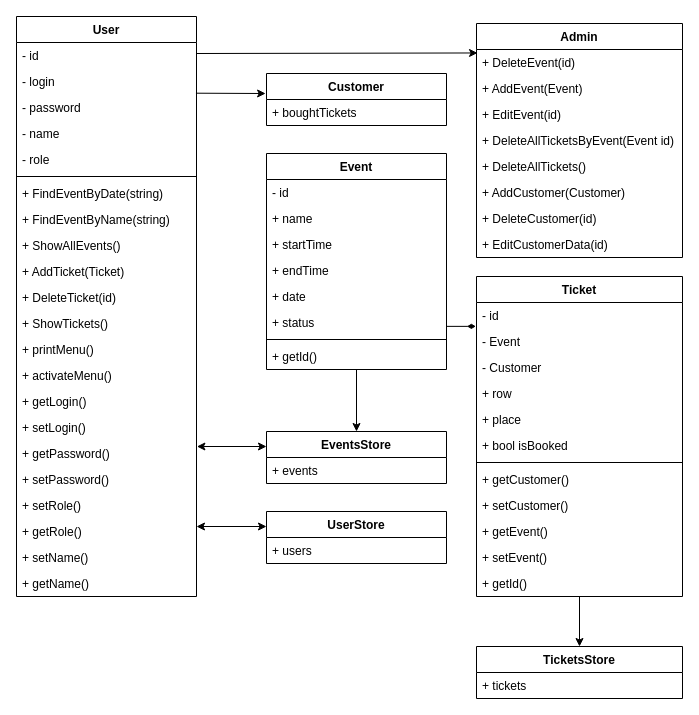
Earlier version of the draw.io diagram Diagrams/Class_Diagram.drawio (muzychka20/KCTT). Source tidied: cells renumbered, new cells numbered last; positions are measured from the earlier drawing's top-left corner, leaving out a move shared by most shapes. Both pictures are drawn from the tidied source at 100%, with x=0, y=0 at pixel (16, 16).
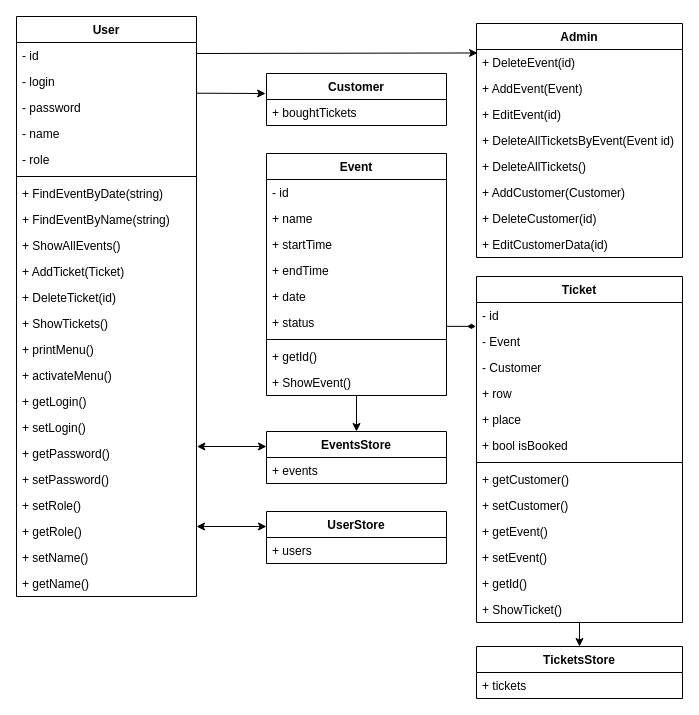
The same diagram, later.

Commit message:
Class Diagram update

The edit, as a diff of the source:
```diff
@@
     <mxCell id="14" value="Ticket" style="swimlane;fontStyle=1;horizontal=1;startSize=26;fillColor=none;" parent="1" vertex="1">
-      <mxGeometry x="460" y="260" width="206" height="320" as="geometry" />
+      <mxGeometry x="460" y="260" width="206" height="346" as="geometry" />
     </mxCell>
@@
+    <mxCell id="71" value="+ ShowTicket()" style="text;strokeColor=none;fillColor=none;align=left;verticalAlign=top;spacingLeft=4;spacingRight=4;overflow=hidden;" parent="14" vertex="1">
+      <mxGeometry y="320" width="206" height="26" as="geometry" />
+    </mxCell>
@@
     <mxCell id="53" value="Event" style="swimlane;fontStyle=1;align=center;verticalAlign=top;horizontal=1;startSize=26;" parent="1" vertex="1">
-      <mxGeometry x="250" y="137" width="180" height="216" as="geometry" />
+      <mxGeometry x="250" y="137" width="180" height="242" as="geometry" />
     </mxCell>
@@
+    <mxCell id="72" value="+ ShowEvent()" style="text;strokeColor=none;fillColor=none;align=left;verticalAlign=top;spacingLeft=4;spacingRight=4;overflow=hidden;" parent="53" vertex="1">
+      <mxGeometry y="216" width="180" height="26" as="geometry" />
+    </mxCell>
```
